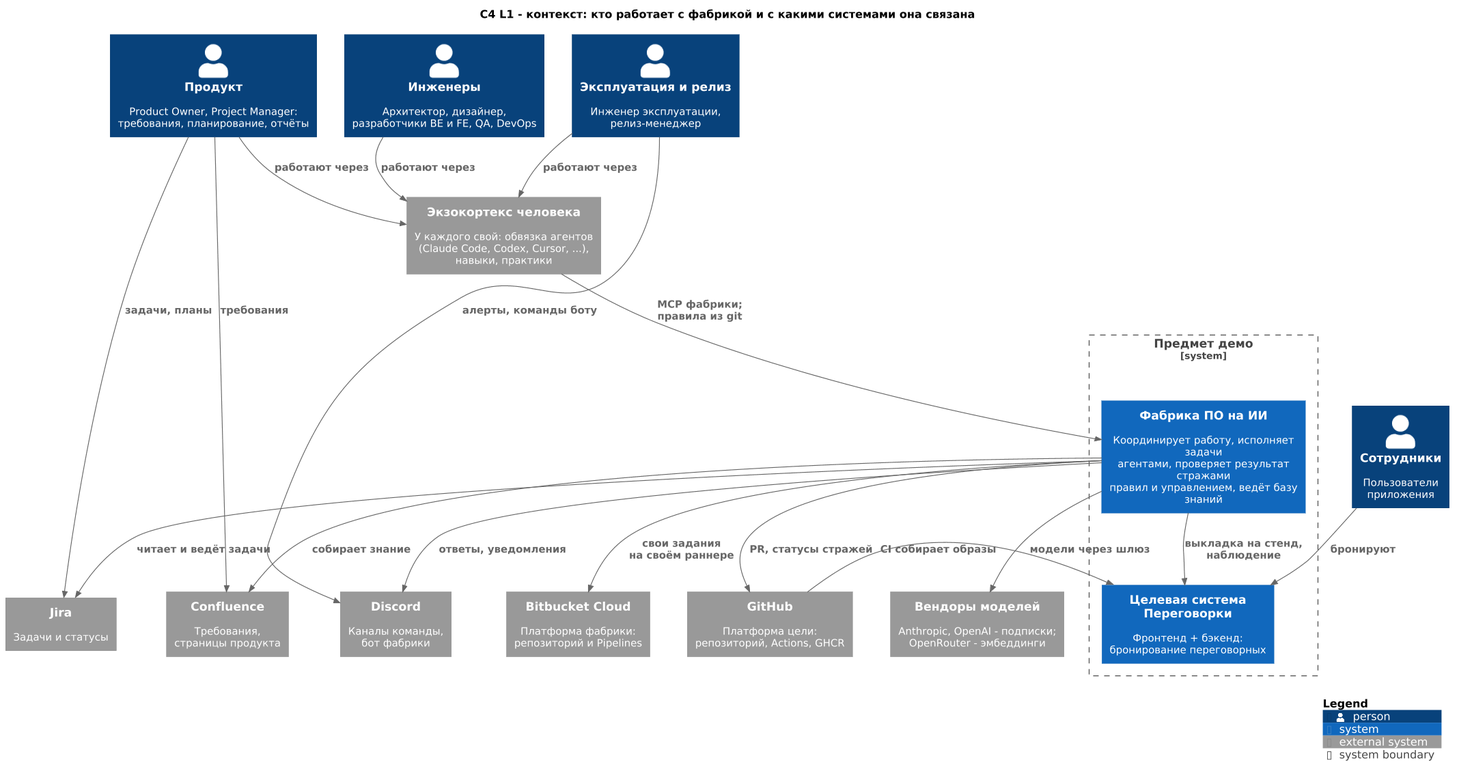
Earlier version of the PlantUML export docs/demo/diagrams/c4-l1-context.png (ypolosov/ai-factory). The source it was exported from:
```plantuml
@startuml c4-l1-context
!include <C4/C4_Context>
!include common.puml

title C4 L1 - контекст: кто работает с фабрикой и с какими системами она связана

Person(product, "Продукт", "Product Owner, Project Manager:\nтребования, планирование, отчёты")
Person(eng, "Инженеры", "Архитектор, дизайнер,\nразработчики BE и FE, QA, DevOps")
Person(ops, "Эксплуатация и релиз", "Инженер эксплуатации,\nрелиз-менеджер")

System_Ext(exo, "Экзокортекс человека", "У каждого свой: обвязка агентов\n(Claude Code, Codex, Cursor, ...),\nнавыки, практики")

System_Boundary(scope, "Предмет демо") {
  System(factory, "Фабрика ПО на ИИ", "Координирует работу, исполняет задачи\nагентами, проверяет результат стражами\nправил и управлением, ведёт базу знаний")
  System(target, "Целевая система Переговорки", "Фронтенд + бэкенд:\nбронирование переговорных")
}
Person(users, "Сотрудники", "Пользователи\nприложения")

System_Ext(jira, "Jira", "Задачи и статусы")
System_Ext(conf, "Confluence", "Требования,\nстраницы продукта")
System_Ext(discord, "Discord", "Каналы команды,\nбот фабрики")
System_Ext(bb, "Bitbucket Cloud", "Платформа фабрики:\nрепозиторий и Pipelines")
System_Ext(gh, "GitHub", "Платформа цели:\nрепозиторий, Actions, GHCR")
System_Ext(llm, "Вендоры моделей", "Anthropic, OpenAI - подписки;\nOpenRouter - эмбеддинги")

Lay_R(product, eng)
Lay_R(eng, ops)
Lay_D(eng, exo)
Lay_D(exo, factory)
Lay_R(factory, target)
Lay_R(target, users)
Lay_D(factory, bb)
Lay_R(jira, conf)
Lay_R(conf, discord)
Lay_R(discord, bb)
Lay_R(bb, gh)
Lay_R(gh, llm)

Rel(product, exo, "работают через")
Rel(eng, exo, "работают через")
Rel(ops, exo, "работают через")
Rel(product, jira, "задачи, планы")
Rel(product, conf, "требования")
Rel(ops, discord, "алерты, команды боту")
Rel(exo, factory, "MCP фабрики;\nправила из git")
Rel(users, target, "бронируют")

Rel(factory, jira, "читает и ведёт задачи")
Rel(factory, conf, "собирает знание")
Rel(factory, discord, "ответы, уведомления")
Rel(factory, bb, "свои задания\nна своём раннере")
Rel(factory, gh, "PR, статусы стражей")
Rel(factory, llm, "модели через шлюз")
Rel(gh, target, "CI собирает образы")
Rel(factory, target, "выкладка на стенд,\nнаблюдение")

SHOW_LEGEND()
@enduml
```
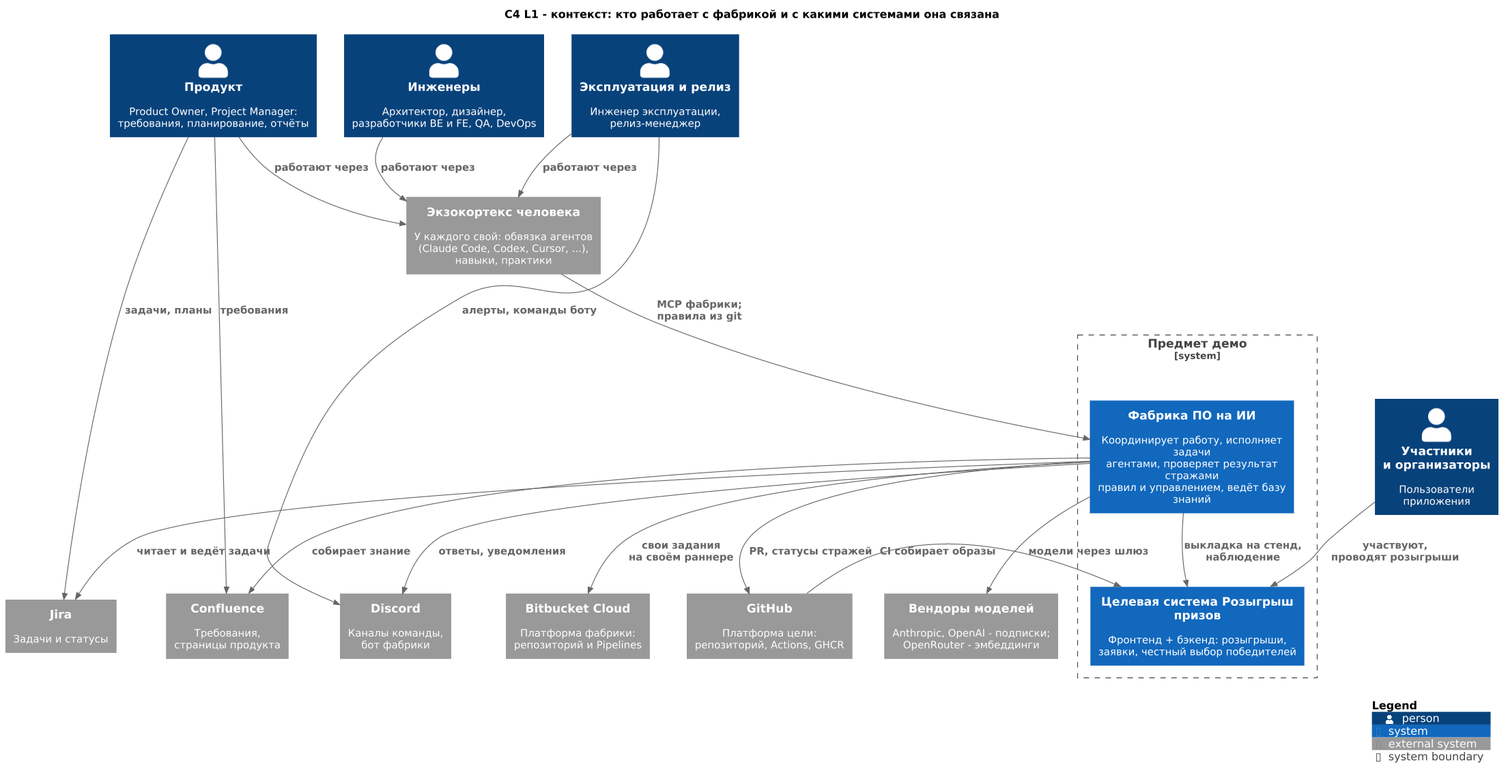
Above is the later version.

The edit, as a diff of the source:
```diff
@@ -12,9 +12,9 @@
 
 System_Boundary(scope, "Предмет демо") {
   System(factory, "Фабрика ПО на ИИ", "Координирует работу, исполняет задачи\nагентами, проверяет результат стражами\nправил и управлением, ведёт базу знаний")
-  System(target, "Целевая система Переговорки", "Фронтенд + бэкенд:\nбронирование переговорных")
+  System(target, "Целевая система Розыгрыш призов", "Фронтенд + бэкенд: розыгрыши,\nзаявки, честный выбор победителей")
 }
-Person(users, "Сотрудники", "Пользователи\nприложения")
+Person(users, "Участники\nи организаторы", "Пользователи\nприложения")
 
 System_Ext(jira, "Jira", "Задачи и статусы")
 System_Ext(conf, "Confluence", "Требования,\nстраницы продукта")
@@ -43,7 +43,7 @@
 Rel(product, conf, "требования")
 Rel(ops, discord, "алерты, команды боту")
 Rel(exo, factory, "MCP фабрики;\nправила из git")
-Rel(users, target, "бронируют")
+Rel(users, target, "участвуют,\nпроводят розыгрыши")
 
 Rel(factory, jira, "читает и ведёт задачи")
 Rel(factory, conf, "собирает знание")
```
